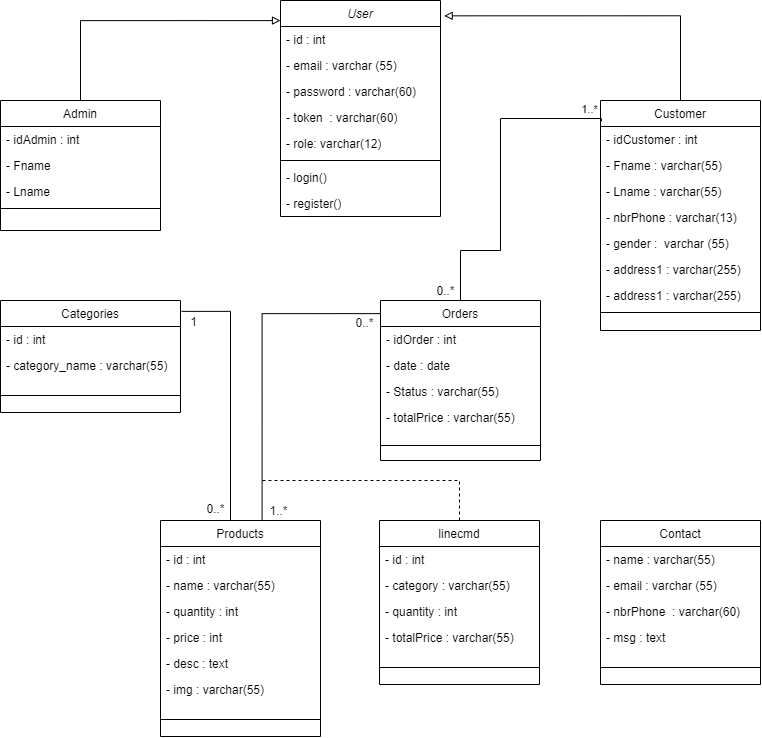
This is UML/Class Diagram.png from yassineelhoubi/ecommerce-website, a draw.io export, as it was before one commit. Source tidied: cells renumbered, new cells last; positions are measured from the earlier drawing's top-left corner, leaving out a move shared by most shapes.
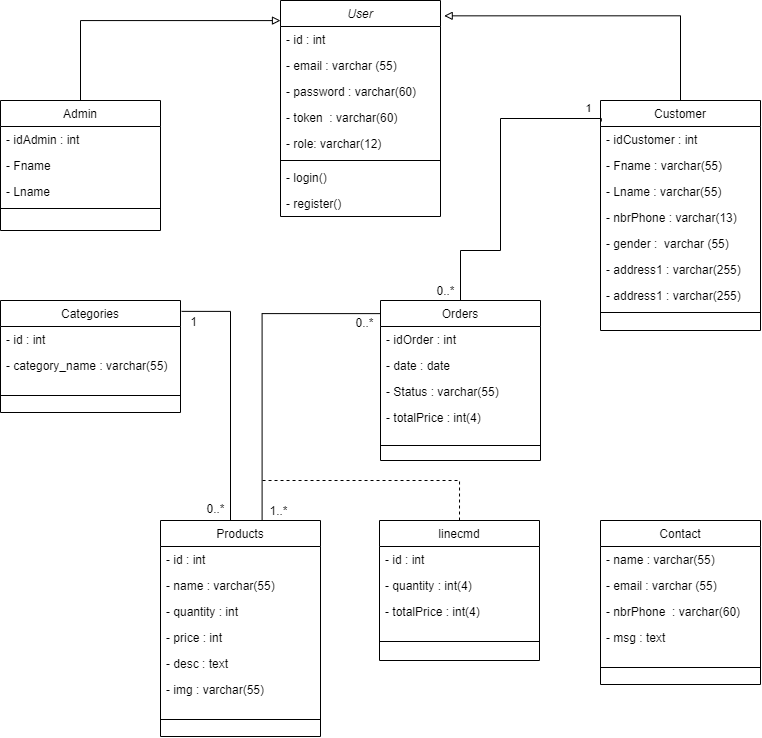
The same file after the commit.

Commit message:
create 'orders & line_cmd' table

What changed in the source:
```diff
@@ -87,7 +87,7 @@
         </Array>
       </mxGeometry>
     </mxCell>
-    <mxCell id="28" value="1..*" style="edgeLabel;html=1;align=center;verticalAlign=middle;" parent="27" vertex="1">
+    <mxCell id="28" value="1" style="edgeLabel;html=1;align=center;verticalAlign=middle;" parent="27" vertex="1">
       <mxGeometry x="-0.94" y="-3" relative="1" as="geometry">
         <mxPoint x="-6" y="-7" as="offset" />
       </mxGeometry>
@@ -111,9 +111,9 @@
     <mxCell id="33" value="- Status : varchar(55)" style="text;align=left;verticalAlign=top;spacingLeft=4;spacingRight=4;overflow=hidden;rounded=0;shadow=0;html=0;" parent="30" vertex="1">
       <mxGeometry y="78" width="160" height="26" as="geometry" />
     </mxCell>
-    <mxCell id="34" value="- totalPrice : varchar(55)" style="text;align=left;verticalAlign=top;spacingLeft=4;spacingRight=4;overflow=hidden;rounded=0;shadow=0;html=0;" parent="30" vertex="1">
-      <mxGeometry y="104" width="160" height="26" as="geometry" />
-    </mxCell>
+    <mxCell id="67" value="- totalPrice : int(4)" style="text;align=left;verticalAlign=top;spacingLeft=4;spacingRight=4;overflow=hidden;rounded=0;shadow=0;html=0;" parent="30" vertex="1">
+      <mxGeometry y="104" width="160" height="26" as="geometry" />
+    </mxCell>
     <mxCell id="35" style="line;html=1;strokeWidth=1;align=left;verticalAlign=middle;spacingTop=-1;spacingLeft=3;spacingRight=3;labelPosition=right;" parent="30" vertex="1">
       <mxGeometry y="130" width="160" height="30" as="geometry" />
     </mxCell>
@@ -157,22 +157,19 @@
       </mxGeometry>
     </mxCell>
     <mxCell id="46" value="linecmd" style="swimlane;fontStyle=0;align=center;verticalAlign=top;horizontal=1;startSize=26;rounded=0;shadow=0;strokeWidth=1;" parent="1" vertex="1">
-      <mxGeometry x="379" y="520" width="160" height="164" as="geometry" />
+      <mxGeometry x="379" y="520" width="160" height="140" as="geometry" />
     </mxCell>
     <mxCell id="47" value="- id : int" style="text;align=left;verticalAlign=top;spacingLeft=4;spacingRight=4;overflow=hidden;" parent="46" vertex="1">
       <mxGeometry y="26" width="160" height="26" as="geometry" />
     </mxCell>
-    <mxCell id="48" value="- category : varchar(55)" style="text;align=left;verticalAlign=top;spacingLeft=4;spacingRight=4;overflow=hidden;rounded=0;shadow=0;html=0;" parent="46" vertex="1">
-      <mxGeometry y="52" width="160" height="26" as="geometry" />
-    </mxCell>
-    <mxCell id="49" value="- quantity : int" style="text;align=left;verticalAlign=top;spacingLeft=4;spacingRight=4;overflow=hidden;rounded=0;shadow=0;html=0;" parent="46" vertex="1">
-      <mxGeometry y="78" width="160" height="26" as="geometry" />
+    <mxCell id="49" value="- quantity : int(4)" style="text;align=left;verticalAlign=top;spacingLeft=4;spacingRight=4;overflow=hidden;rounded=0;shadow=0;html=0;" parent="46" vertex="1">
+      <mxGeometry y="52" width="160" height="26" as="geometry" />
     </mxCell>
-    <mxCell id="50" value="- totalPrice : varchar(55)" style="text;align=left;verticalAlign=top;spacingLeft=4;spacingRight=4;overflow=hidden;rounded=0;shadow=0;html=0;" parent="46" vertex="1">
-      <mxGeometry y="104" width="160" height="26" as="geometry" />
+    <mxCell id="50" value="- totalPrice : int(4)" style="text;align=left;verticalAlign=top;spacingLeft=4;spacingRight=4;overflow=hidden;rounded=0;shadow=0;html=0;" parent="46" vertex="1">
+      <mxGeometry y="78" width="160" height="26" as="geometry" />
     </mxCell>
     <mxCell id="51" style="line;html=1;strokeWidth=1;align=left;verticalAlign=middle;spacingTop=-1;spacingLeft=3;spacingRight=3;labelPosition=right;" parent="46" vertex="1">
-      <mxGeometry y="130" width="160" height="34" as="geometry" />
+      <mxGeometry y="104" width="160" height="34" as="geometry" />
     </mxCell>
     <mxCell id="52" value="Categories" style="swimlane;fontStyle=0;align=center;verticalAlign=top;horizontal=1;startSize=26;rounded=0;shadow=0;strokeWidth=1;" parent="1" vertex="1">
       <mxGeometry y="300" width="180" height="112" as="geometry" />
```
